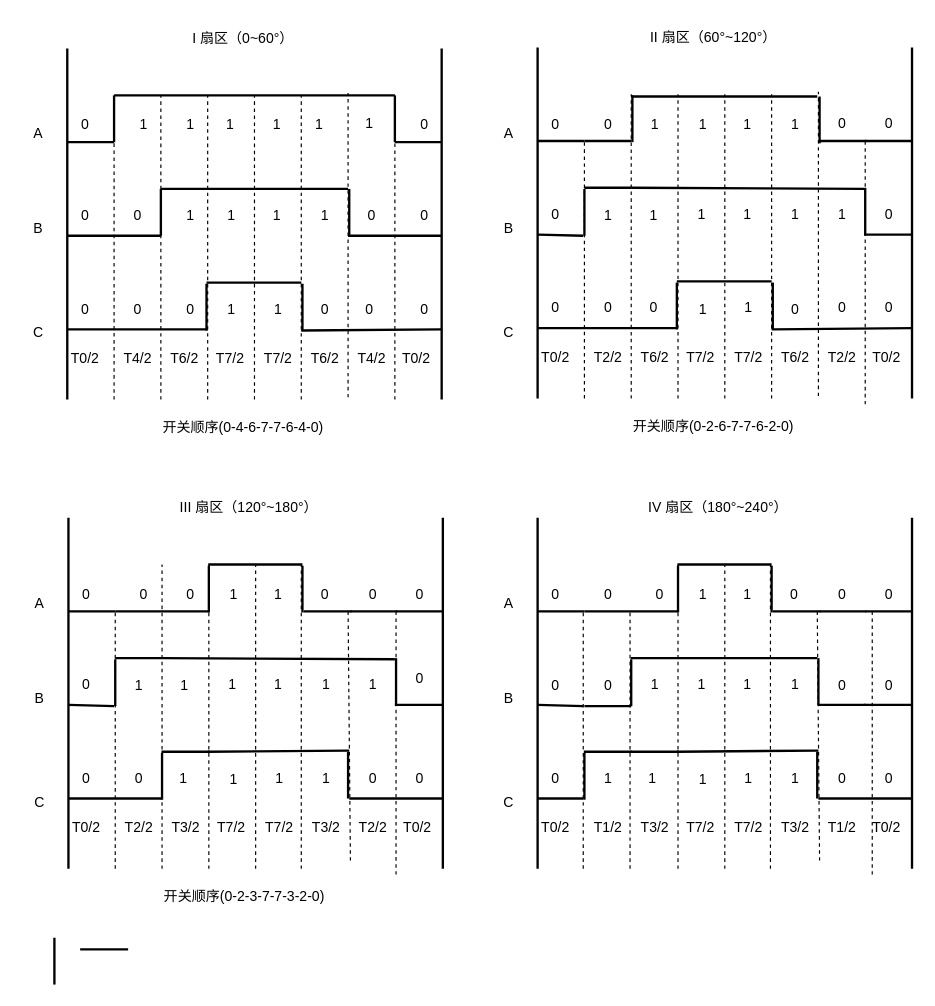
The draw.io diagram page "SVPWM 开关时序" (3 of 3) of SVPWM 脉冲调制.drawio in Vinson-001/Blog-flow-chart, before the edit. Source tidied: cells renumbered, new cells numbered last; positions are measured from the earlier drawing's top-left corner, leaving out a move shared by most shapes. Both pictures are drawn from the tidied source at 117%, with x=0, y=0 at pixel (20, 20).
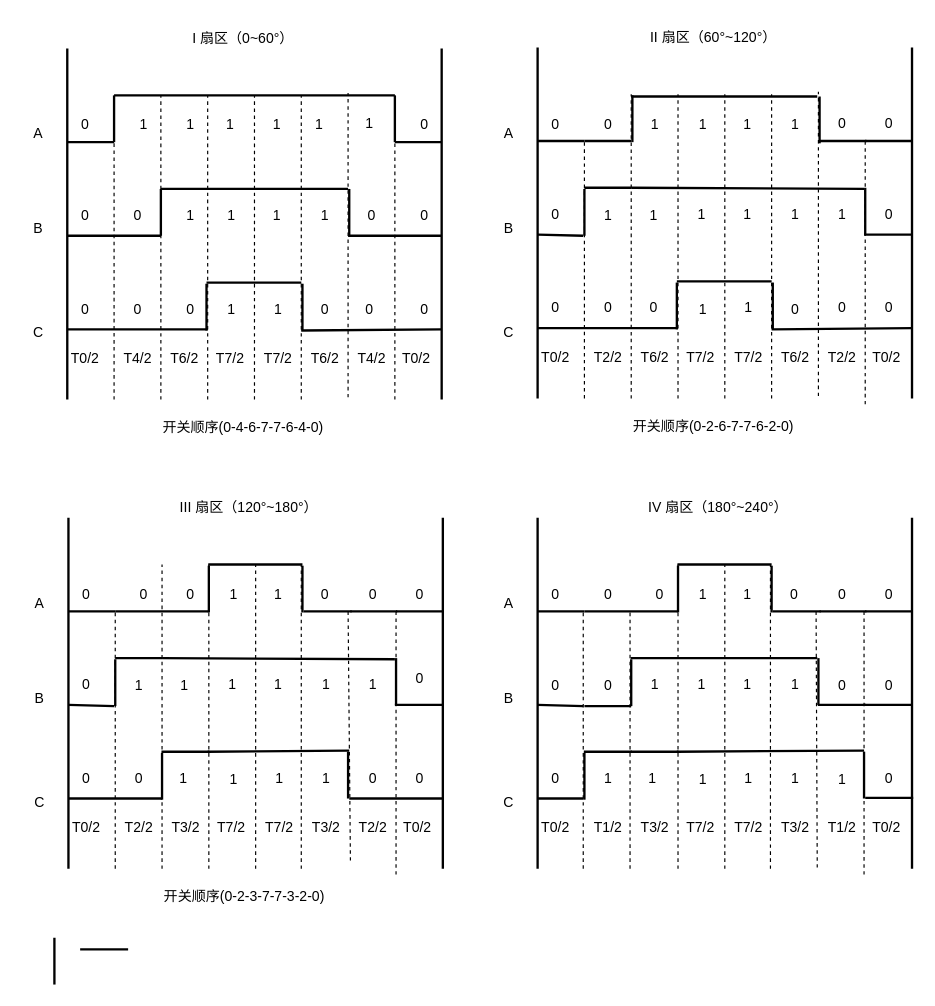
The same diagram, later.

Commit message (it also covers changes not shown here):
更新SVPWM 脉冲调制.drawio

What changed in the source:
```diff
@@
     <mxCell id="214" style="endArrow=none;html=1;rounded=0;curved=1;strokeWidth=2;" parent="1" edge="1">
       <mxGeometry relative="1" as="geometry">
         <mxPoint x="561" y="625" as="sourcePoint" />
-        <mxPoint x="682" y="624" as="targetPoint" />
+        <mxPoint x="721" y="624" as="targetPoint" />
       </mxGeometry>
     </mxCell>
@@
     <mxCell id="217" style="endArrow=none;html=1;rounded=0;curved=1;strokeWidth=2;" parent="1" edge="1">
       <mxGeometry relative="1" as="geometry">
-        <mxPoint x="681" y="665" as="sourcePoint" />
-        <mxPoint x="681" y="625" as="targetPoint" />
+        <mxPoint x="721" y="665" as="sourcePoint" />
+        <mxPoint x="721" y="625" as="targetPoint" />
       </mxGeometry>
     </mxCell>
-    <mxCell id="218" style="endArrow=none;html=1;rounded=0;curved=1;strokeWidth=2;" parent="1" edge="1">
-      <mxGeometry relative="1" as="geometry">
-        <mxPoint x="682" y="665" as="sourcePoint" />
-        <mxPoint x="762" y="665" as="targetPoint" />
-      </mxGeometry>
-    </mxCell>
@@
-    <mxCell id="220" value="0" style="text;html=1;align=center;verticalAlign=middle;strokeColor=none;fillColor=none;" parent="1" vertex="1">
-      <mxGeometry x="687" y="633" width="30" height="30" as="geometry" />
+    <mxCell id="220" value="1" style="text;html=1;align=center;verticalAlign=middle;strokeColor=none;fillColor=none;" parent="1" vertex="1">
+      <mxGeometry x="687" y="634" width="30" height="30" as="geometry" />
     </mxCell>
@@
     <mxCell id="242" style="endArrow=none;dashed=1;html=1;rounded=0;curved=1;entryX=0;entryY=1.067;entryDx=0;entryDy=0;entryPerimeter=0;" parent="1" edge="1">
       <mxGeometry relative="1" as="geometry">
-        <mxPoint x="683" y="718" as="sourcePoint" />
-        <mxPoint x="681" y="503" as="targetPoint" />
+        <mxPoint x="681" y="724" as="sourcePoint" />
+        <mxPoint x="680" y="503" as="targetPoint" />
       </mxGeometry>
     </mxCell>
     <mxCell id="243" style="endArrow=none;dashed=1;html=1;rounded=0;curved=1;" parent="1" edge="1">
       <mxGeometry relative="1" as="geometry">
-        <mxPoint x="728" y="730" as="sourcePoint" />
-        <mxPoint x="728" y="503" as="targetPoint" />
+        <mxPoint x="721" y="730" as="sourcePoint" />
+        <mxPoint x="721" y="503" as="targetPoint" />
       </mxGeometry>
     </mxCell>
@@
+    <mxCell id="262" style="endArrow=none;html=1;rounded=0;curved=1;strokeWidth=2;" parent="1" edge="1">
+      <mxGeometry relative="1" as="geometry">
+        <mxPoint x="722" y="664.5" as="sourcePoint" />
+        <mxPoint x="763" y="664.5" as="targetPoint" />
+      </mxGeometry>
+    </mxCell>
```
